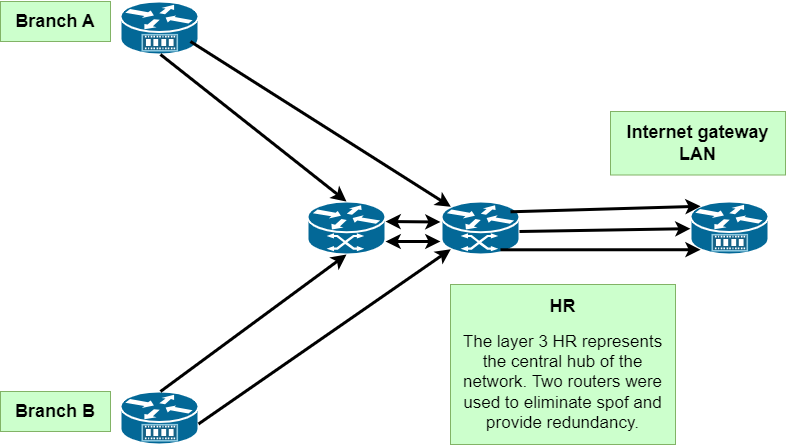
shaunMsiza05/Computer-Networks keeps this draw.io diagram as weeklyProject/techNovaSystems/layer3topology.png. Above is the earlier version. Source tidied: cells renumbered, new cells last; positions are measured from the earlier drawing's top-left corner, leaving out a move shared by most shapes.
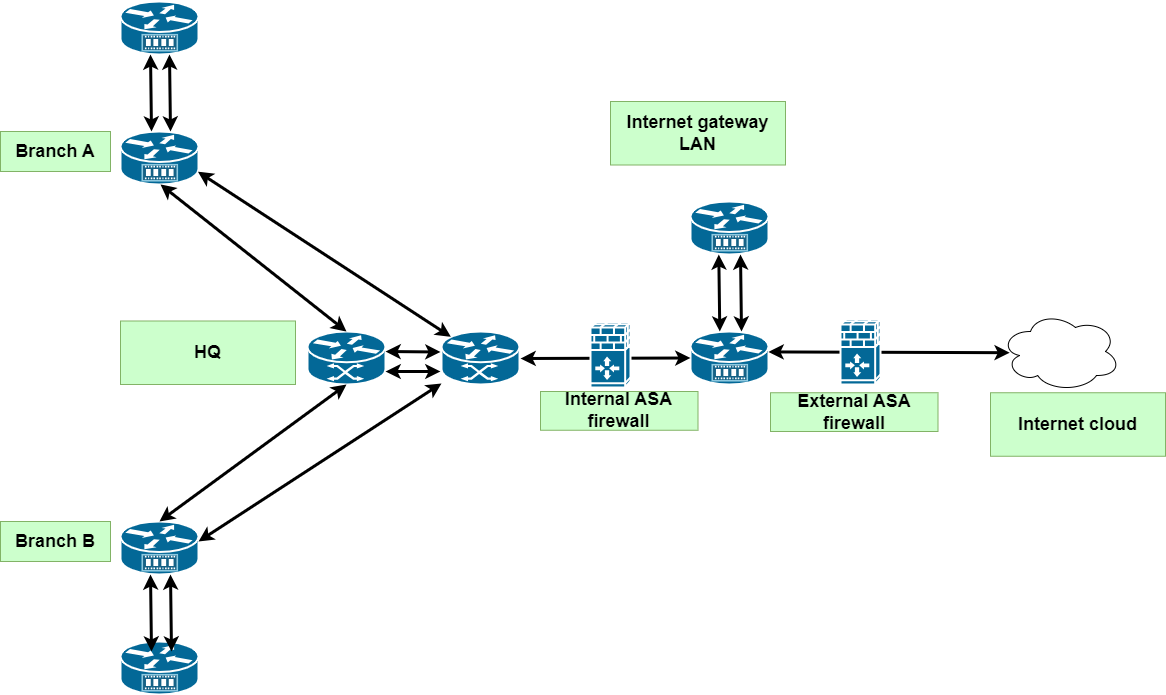
After the change.

Commit message:
Began with implementing the topology, at least placing the devices and forming interconnections. I will still back to planning to specify security policies and VLAN planning.

The edit, as a diff of the source:
```diff
@@ -17,48 +17,12 @@
     <mxCell id="6" style="shape=mxgraph.cisco.routers.atm_router;sketch=0;html=1;dashed=0;fillColor=#036897;strokeColor=#ffffff;strokeWidth=2;verticalLabelPosition=bottom;verticalAlign=top;align=center;outlineConnect=0;fontStyle=1;" parent="1" vertex="1">
       <mxGeometry x="441" y="200" width="78" height="53" as="geometry" />
     </mxCell>
-    <mxCell id="7" value="&lt;b&gt;&lt;font style=&quot;font-size: 18px;&quot;&gt;HR&lt;/font&gt;&lt;/b&gt;&lt;div&gt;&lt;br&gt;&lt;/div&gt;&lt;div&gt;&lt;font style=&quot;font-size: 17px;&quot;&gt;The layer 3 HR represents the central hub of the network. Two routers were used to eliminate spof and provide redundancy.&lt;/font&gt;&lt;/div&gt;" style="text;html=1;align=center;verticalAlign=middle;whiteSpace=wrap;rounded=0;fillColor=#CCFFCC;strokeColor=#82b366;" parent="1" vertex="1">
-      <mxGeometry x="450" y="283" width="225" height="160" as="geometry" />
-    </mxCell>
     <mxCell id="8" value="&lt;font style=&quot;font-size: 18px;&quot;&gt;&lt;b&gt;Branch A&lt;/b&gt;&lt;/font&gt;" style="text;html=1;align=center;verticalAlign=middle;whiteSpace=wrap;rounded=0;fillColor=#CCFFCC;strokeColor=#82b366;" parent="1" vertex="1">
       <mxGeometry width="110" height="40" as="geometry" />
     </mxCell>
     <mxCell id="9" value="&lt;font style=&quot;font-size: 18px;&quot;&gt;&lt;b&gt;Branch B&lt;/b&gt;&lt;/font&gt;" style="text;html=1;align=center;verticalAlign=middle;whiteSpace=wrap;rounded=0;fillColor=#CCFFCC;strokeColor=#82b366;" parent="1" vertex="1">
       <mxGeometry y="390" width="110" height="40" as="geometry" />
     </mxCell>
-    <mxCell id="10" style="endArrow=classic;html=1;rounded=0;entryX=0.5;entryY=1;entryDx=0;entryDy=0;entryPerimeter=0;strokeWidth=3;" parent="1" edge="1" target="5">
-      <mxGeometry relative="1" as="geometry">
-        <mxPoint x="160" y="390" as="sourcePoint" />
-      </mxGeometry>
-    </mxCell>
-    <mxCell id="11" style="endArrow=classic;html=1;rounded=0;entryX=0.12;entryY=0.9;entryDx=0;entryDy=0;entryPerimeter=0;strokeWidth=3;" parent="1" edge="1" target="6">
-      <mxGeometry relative="1" as="geometry">
-        <mxPoint x="198" y="422.5" as="sourcePoint" />
-      </mxGeometry>
-    </mxCell>
-    <mxCell id="12" style="endArrow=classic;html=1;rounded=0;entryX=0.5;entryY=0;entryDx=0;entryDy=0;entryPerimeter=0;strokeWidth=3;" parent="1" edge="1" target="5">
-      <mxGeometry relative="1" as="geometry">
-        <mxPoint x="160" y="53" as="sourcePoint" />
-      </mxGeometry>
-    </mxCell>
-    <mxCell id="13" style="endArrow=classic;html=1;rounded=0;exitX=0.897;exitY=0.755;exitDx=0;exitDy=0;exitPerimeter=0;strokeWidth=3;entryX=0.12;entryY=0.1;entryDx=0;entryDy=0;entryPerimeter=0;" parent="1" edge="1" source="4" target="6">
-      <mxGeometry relative="1" as="geometry" />
-    </mxCell>
-    <mxCell id="14" style="endArrow=classic;html=1;rounded=0;strokeWidth=3;" parent="1" edge="1" target="3">
-      <mxGeometry relative="1" as="geometry">
-        <mxPoint x="519" y="230" as="sourcePoint" />
-      </mxGeometry>
-    </mxCell>
-    <mxCell id="15" style="endArrow=classic;html=1;rounded=0;entryX=0.13;entryY=0.91;entryDx=0;entryDy=0;entryPerimeter=0;exitX=1.013;exitY=0.377;exitDx=0;exitDy=0;exitPerimeter=0;strokeWidth=3;" parent="1" edge="1" target="3">
-      <mxGeometry relative="1" as="geometry">
-        <mxPoint x="500" y="248.3" as="sourcePoint" />
-      </mxGeometry>
-    </mxCell>
-    <mxCell id="16" style="endArrow=classic;html=1;rounded=0;entryX=0.13;entryY=0.09;entryDx=0;entryDy=0;entryPerimeter=0;exitX=1.013;exitY=0.377;exitDx=0;exitDy=0;exitPerimeter=0;strokeWidth=3;" parent="1" edge="1" target="3">
-      <mxGeometry relative="1" as="geometry">
-        <mxPoint x="510" y="210.3" as="sourcePoint" />
-      </mxGeometry>
-    </mxCell>
     <mxCell id="17" style="endArrow=classic;startArrow=classic;html=1;rounded=0;strokeWidth=3;exitX=1;exitY=0.5;exitDx=0;exitDy=0;exitPerimeter=0;" parent="1" edge="1">
       <mxGeometry relative="1" as="geometry">
         <mxPoint x="385" y="220" as="sourcePoint" />
@@ -72,7 +36,101 @@
       </mxGeometry>
     </mxCell>
     <mxCell id="19" value="&lt;font style=&quot;font-size: 18px;&quot;&gt;&lt;b&gt;Internet gateway LAN&lt;/b&gt;&lt;/font&gt;" style="text;html=1;align=center;verticalAlign=middle;whiteSpace=wrap;rounded=0;fillColor=#CCFFCC;strokeColor=#82b366;" parent="1" vertex="1">
-      <mxGeometry x="610" y="110" width="175" height="63.5" as="geometry" />
+      <mxGeometry x="610" y="-30" width="175" height="63.5" as="geometry" />
     </mxCell>
+    <mxCell id="20" style="shape=mxgraph.cisco.routers.service_router;sketch=0;html=1;dashed=0;fillColor=#036897;strokeColor=#ffffff;strokeWidth=2;verticalLabelPosition=bottom;verticalAlign=top;align=center;" parent="1" vertex="1">
+      <mxGeometry x="120" y="-130" width="78" height="53" as="geometry" />
+    </mxCell>
+    <mxCell id="21" style="endArrow=classic;startArrow=classic;html=1;rounded=0;strokeWidth=3;entryX=0.5;entryY=1;entryDx=0;entryDy=0;entryPerimeter=0;" parent="1" edge="1">
+      <mxGeometry relative="1" as="geometry">
+        <mxPoint x="151" as="sourcePoint" />
+        <mxPoint x="150" y="-77" as="targetPoint" />
+      </mxGeometry>
+    </mxCell>
+    <mxCell id="22" style="endArrow=classic;startArrow=classic;html=1;rounded=0;strokeWidth=3;entryX=0.5;entryY=1;entryDx=0;entryDy=0;entryPerimeter=0;" parent="1" edge="1">
+      <mxGeometry relative="1" as="geometry">
+        <mxPoint x="170" as="sourcePoint" />
+        <mxPoint x="169" y="-77" as="targetPoint" />
+      </mxGeometry>
+    </mxCell>
+    <mxCell id="23" style="shape=mxgraph.cisco.routers.service_router;sketch=0;html=1;dashed=0;fillColor=#036897;strokeColor=#ffffff;strokeWidth=2;verticalLabelPosition=bottom;verticalAlign=top;align=center;" parent="1" vertex="1">
+      <mxGeometry x="120" y="510" width="78" height="53" as="geometry" />
+    </mxCell>
+    <mxCell id="24" style="endArrow=classic;startArrow=classic;html=1;rounded=0;strokeWidth=3;entryX=0.5;entryY=1;entryDx=0;entryDy=0;entryPerimeter=0;" parent="1" edge="1">
+      <mxGeometry relative="1" as="geometry">
+        <mxPoint x="151" y="520" as="sourcePoint" />
+        <mxPoint x="150" y="443" as="targetPoint" />
+      </mxGeometry>
+    </mxCell>
+    <mxCell id="25" style="endArrow=classic;startArrow=classic;html=1;rounded=0;strokeWidth=3;entryX=0.5;entryY=1;entryDx=0;entryDy=0;entryPerimeter=0;" parent="1" edge="1">
+      <mxGeometry relative="1" as="geometry">
+        <mxPoint x="171" y="520" as="sourcePoint" />
+        <mxPoint x="170" y="443" as="targetPoint" />
+      </mxGeometry>
+    </mxCell>
+    <mxCell id="26" style="shape=mxgraph.cisco.routers.service_router;sketch=0;html=1;dashed=0;fillColor=#036897;strokeColor=#ffffff;strokeWidth=2;verticalLabelPosition=bottom;verticalAlign=top;align=center;" parent="1" vertex="1">
+      <mxGeometry x="690" y="70" width="78" height="53" as="geometry" />
+    </mxCell>
+    <mxCell id="27" value="&lt;font style=&quot;font-size: 18px;&quot;&gt;&lt;b&gt;HQ&lt;/b&gt;&lt;/font&gt;" style="text;html=1;align=center;verticalAlign=middle;whiteSpace=wrap;rounded=0;fillColor=#CCFFCC;strokeColor=#82b366;" parent="1" vertex="1">
+      <mxGeometry x="120" y="189.5" width="175" height="63.5" as="geometry" />
+    </mxCell>
+    <mxCell id="28" style="ellipse;shape=cloud;whiteSpace=wrap;html=1;" parent="1" vertex="1">
+      <mxGeometry x="1000" y="180" width="120" height="80" as="geometry" />
+    </mxCell>
+    <mxCell id="29" style="endArrow=classic;startArrow=classic;html=1;rounded=0;strokeWidth=3;entryX=0.5;entryY=1;entryDx=0;entryDy=0;entryPerimeter=0;" parent="1" edge="1">
+      <mxGeometry relative="1" as="geometry">
+        <mxPoint x="719.3" y="200" as="sourcePoint" />
+        <mxPoint x="718.3" y="123" as="targetPoint" />
+      </mxGeometry>
+    </mxCell>
+    <mxCell id="30" style="endArrow=classic;startArrow=classic;html=1;rounded=0;strokeWidth=3;entryX=0.5;entryY=1;entryDx=0;entryDy=0;entryPerimeter=0;" parent="1" edge="1">
+      <mxGeometry relative="1" as="geometry">
+        <mxPoint x="741" y="200" as="sourcePoint" />
+        <mxPoint x="740" y="123" as="targetPoint" />
+      </mxGeometry>
+    </mxCell>
+    <mxCell id="31" value="&lt;font style=&quot;font-size: 18px;&quot;&gt;&lt;b&gt;Internet cloud&lt;/b&gt;&lt;/font&gt;" style="text;html=1;align=center;verticalAlign=middle;whiteSpace=wrap;rounded=0;fillColor=#CCFFCC;strokeColor=#82b366;" parent="1" vertex="1">
+      <mxGeometry x="990" y="261.2" width="175" height="63.5" as="geometry" />
+    </mxCell>
+    <mxCell id="32" style="endArrow=classic;startArrow=classic;html=1;rounded=0;strokeWidth=3;entryX=0;entryY=0.5;entryDx=0;entryDy=0;entryPerimeter=0;" parent="1" edge="1" target="3">
+      <mxGeometry relative="1" as="geometry">
+        <mxPoint x="520" y="227" as="sourcePoint" />
+      </mxGeometry>
+    </mxCell>
+    <mxCell id="33" style="endArrow=classic;startArrow=classic;html=1;rounded=0;strokeWidth=3;entryX=0.077;entryY=0.515;entryDx=0;entryDy=0;entryPerimeter=0;" parent="1" edge="1" target="28">
+      <mxGeometry relative="1" as="geometry">
+        <mxPoint x="768" y="220.4" as="sourcePoint" />
+      </mxGeometry>
+    </mxCell>
+    <mxCell id="34" style="shape=mxgraph.cisco.security.ios_firewall;sketch=0;html=1;dashed=0;fillColor=#036897;strokeColor=#ffffff;strokeWidth=2;verticalLabelPosition=bottom;verticalAlign=top;align=center;" parent="1" vertex="1">
+      <mxGeometry x="590" y="190" width="40" height="66" as="geometry" />
+    </mxCell>
+    <mxCell id="35" style="shape=mxgraph.cisco.security.ios_firewall;sketch=0;html=1;dashed=0;fillColor=#036897;strokeColor=#ffffff;strokeWidth=2;verticalLabelPosition=bottom;verticalAlign=top;align=center;" parent="1" vertex="1">
+      <mxGeometry x="840" y="187" width="40" height="66" as="geometry" />
+    </mxCell>
+    <mxCell id="36" value="&lt;font style=&quot;font-size: 18px;&quot;&gt;&lt;b&gt;Internal ASA firewall&lt;/b&gt;&lt;/font&gt;" style="text;html=1;align=center;verticalAlign=middle;whiteSpace=wrap;rounded=0;fillColor=#CCFFCC;strokeColor=#82b366;" parent="1" vertex="1">
+      <mxGeometry x="540" y="260" width="157.5" height="38.8" as="geometry" />
+    </mxCell>
+    <mxCell id="37" value="&lt;font style=&quot;font-size: 18px;&quot;&gt;&lt;b&gt;External ASA firewall&lt;/b&gt;&lt;/font&gt;" style="text;html=1;align=center;verticalAlign=middle;whiteSpace=wrap;rounded=0;fillColor=#CCFFCC;strokeColor=#82b366;" parent="1" vertex="1">
+      <mxGeometry x="770" y="261.2" width="167.5" height="38.8" as="geometry" />
+    </mxCell>
+    <mxCell id="38" style="endArrow=classic;startArrow=classic;html=1;rounded=0;strokeWidth=3;entryX=0.12;entryY=0.1;entryDx=0;entryDy=0;entryPerimeter=0;" parent="1" edge="1" target="6">
+      <mxGeometry relative="1" as="geometry">
+        <mxPoint x="197.5" y="40.2" as="sourcePoint" />
+      </mxGeometry>
+    </mxCell>
+    <mxCell id="39" style="endArrow=classic;startArrow=classic;html=1;rounded=0;strokeWidth=3;entryX=0.5;entryY=0;entryDx=0;entryDy=0;entryPerimeter=0;" parent="1" edge="1" target="5">
+      <mxGeometry relative="1" as="geometry">
+        <mxPoint x="160" y="53" as="sourcePoint" />
+      </mxGeometry>
+    </mxCell>
+    <mxCell id="40" style="endArrow=classic;startArrow=classic;html=1;rounded=0;strokeWidth=3;" parent="1" edge="1" target="6">
+      <mxGeometry relative="1" as="geometry">
+        <mxPoint x="198" y="410" as="sourcePoint" />
+      </mxGeometry>
+    </mxCell>
+    <mxCell id="41" style="endArrow=classic;startArrow=classic;html=1;rounded=0;strokeWidth=3;exitX=0.5;exitY=0;exitDx=0;exitDy=0;exitPerimeter=0;entryX=0.5;entryY=1;entryDx=0;entryDy=0;entryPerimeter=0;" parent="1" edge="1" source="2" target="5">
+      <mxGeometry relative="1" as="geometry" />
+    </mxCell>
   </root>
 </mxGraphModel>
```
